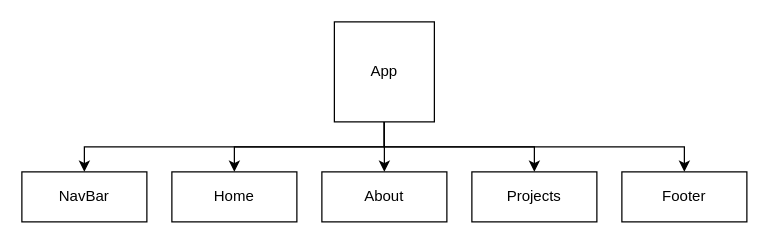
Above: src/readme-images/component-tree.drawio in billyhk/billykaufman (draw.io), before the change. Source tidied: cells renumbered, new cells numbered last; positions are measured from the earlier drawing's top-left corner, leaving out a move shared by most shapes. Both pictures are drawn from the tidied source at 125%, with x=0, y=0 at pixel (21, 21).
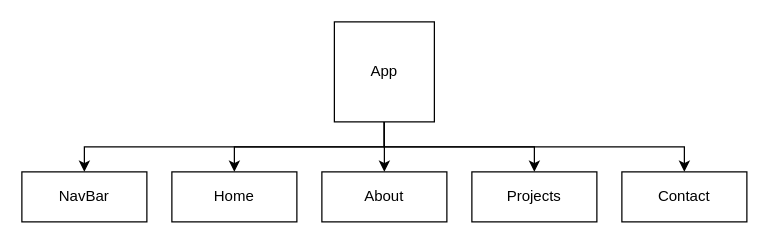
The same page after the edit.

Commit message (it also covers changes not shown here):
added contact route and content, added responsive stylings for projects

What changed in the source:
```diff
@@
 <mxGraphModel>
   <root>
     <mxCell id="0" />
     <mxCell id="1" parent="0" />
     <mxCell id="2" style="edgeStyle=orthogonalEdgeStyle;rounded=0;jettySize=auto;html=1;exitX=0.5;exitY=1;exitDx=0;exitDy=0;entryX=0.5;entryY=0;entryDx=0;entryDy=0;" parent="1" edge="1" source="7" target="8">
       <mxGeometry relative="1" as="geometry" />
     </mxCell>
     <mxCell id="3" style="edgeStyle=orthogonalEdgeStyle;rounded=0;jettySize=auto;html=1;exitX=0.5;exitY=1;exitDx=0;exitDy=0;entryX=0.5;entryY=0;entryDx=0;entryDy=0;" parent="1" edge="1" source="7" target="9">
       <mxGeometry relative="1" as="geometry" />
     </mxCell>
     <mxCell id="4" style="edgeStyle=orthogonalEdgeStyle;rounded=0;jettySize=auto;html=1;exitX=0.5;exitY=1;exitDx=0;exitDy=0;entryX=0.5;entryY=0;entryDx=0;entryDy=0;" parent="1" edge="1" source="7" target="10">
       <mxGeometry relative="1" as="geometry" />
     </mxCell>
     <mxCell id="5" style="edgeStyle=orthogonalEdgeStyle;rounded=0;jettySize=auto;html=1;exitX=0.5;exitY=1;exitDx=0;exitDy=0;entryX=0.5;entryY=0;entryDx=0;entryDy=0;" parent="1" edge="1" source="7" target="11">
       <mxGeometry relative="1" as="geometry" />
     </mxCell>
     <mxCell id="6" style="edgeStyle=orthogonalEdgeStyle;rounded=0;jettySize=auto;html=1;exitX=0.5;exitY=1;exitDx=0;exitDy=0;entryX=0.5;entryY=0;entryDx=0;entryDy=0;" parent="1" edge="1" source="7" target="12">
       <mxGeometry relative="1" as="geometry" />
     </mxCell>
     <mxCell id="7" value="App" style="whiteSpace=wrap;html=1;" parent="1" vertex="1">
       <mxGeometry x="250" width="80" height="80" as="geometry" />
     </mxCell>
     <mxCell id="8" value="NavBar" style="rounded=0;whiteSpace=wrap;html=1;" parent="1" vertex="1">
       <mxGeometry y="120" width="100" height="40" as="geometry" />
     </mxCell>
     <mxCell id="9" value="Home&lt;br&gt;" style="rounded=0;whiteSpace=wrap;html=1;" parent="1" vertex="1">
       <mxGeometry x="120" y="120" width="100" height="40" as="geometry" />
     </mxCell>
     <mxCell id="10" value="About" style="rounded=0;whiteSpace=wrap;html=1;" parent="1" vertex="1">
       <mxGeometry x="240" y="120" width="100" height="40" as="geometry" />
     </mxCell>
     <mxCell id="11" value="Projects" style="rounded=0;whiteSpace=wrap;html=1;" parent="1" vertex="1">
       <mxGeometry x="360" y="120" width="100" height="40" as="geometry" />
     </mxCell>
-    <mxCell id="12" value="Footer" style="rounded=0;whiteSpace=wrap;html=1;" parent="1" vertex="1">
+    <mxCell id="12" value="Contact" style="rounded=0;whiteSpace=wrap;html=1;" parent="1" vertex="1">
       <mxGeometry x="480" y="120" width="100" height="40" as="geometry" />
     </mxCell>
   </root>
 </mxGraphModel>
```
